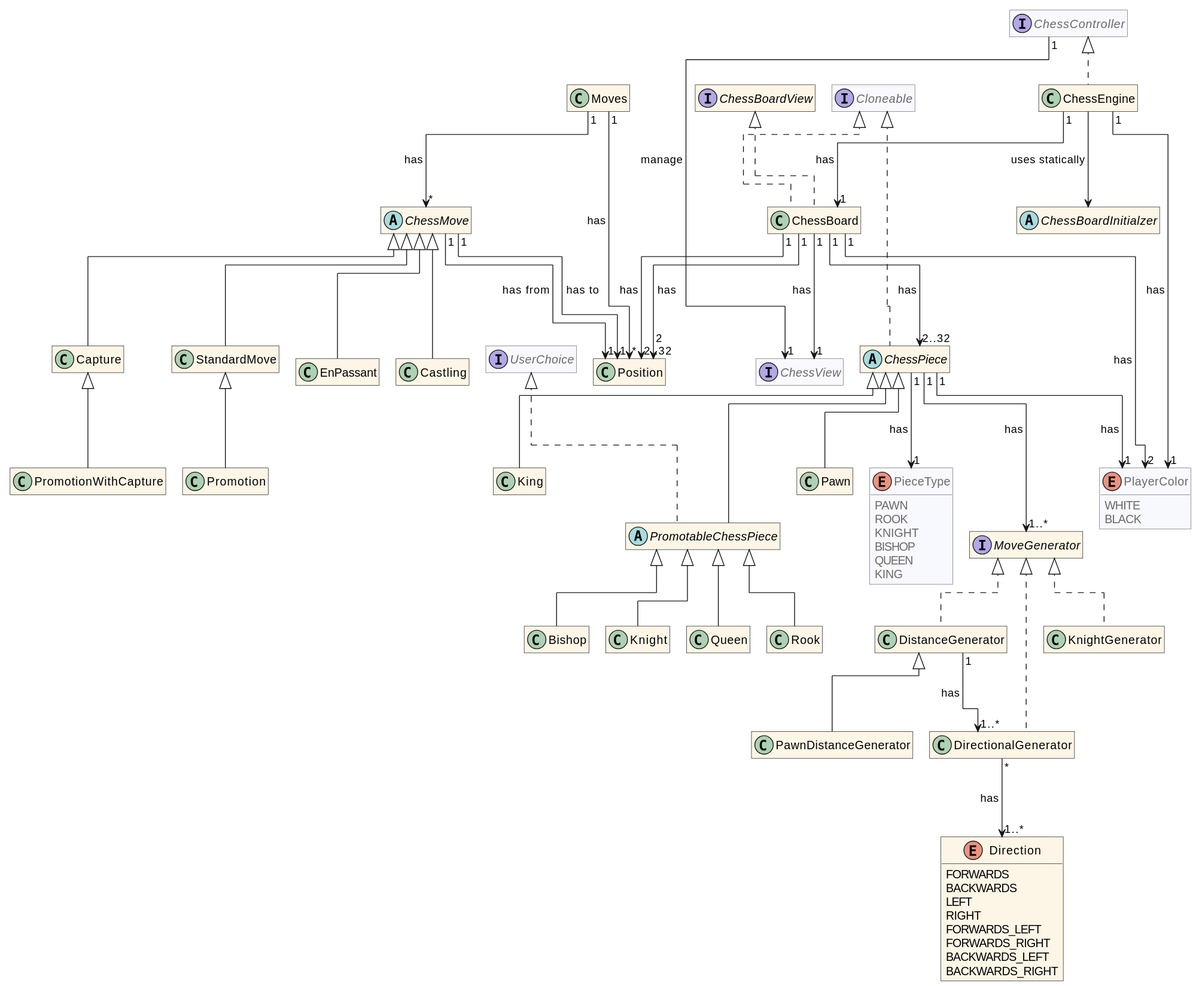
HEIG-VD-BA3-POO/labo08 keeps this PlantUML diagram as docs/uml-simple.svg. Above is the earlier version. Source of this version:
```plantuml
@startuml
!pragma layout elk
hide empty methods
hide empty attributes
skinparam linetype ortho
skinparam roundCorner 0
skinparam classAttributeIconSize 0
skinparam ClassBackgroundColor #OldLace
skinparam NoteBackgroundColor #OldLace
skinparam Shadowing false
top to bottom direction

<style>
    classDiagram {
        .provided {
            BackgroundColor GhostWhite
            LineColor DimGrey
            FontColor DimGrey
        }
    }
</style>

hide <<provided>> stereotype

interface ChessController<<provided>> {}

interface UserChoice<<provided>> {}


interface ChessView<<provided>> {}




class ChessEngine implements ChessController {}

interface ChessBoardView {}

interface Cloneable<<provided>> {}

class ChessBoard implements ChessBoardView, Cloneable {}

abstract class ChessBoardInitialzer {}

class Position {}

enum PlayerColor<<provided>> {
    WHITE
    BLACK
}

enum PieceType<<provided>> {
    PAWN
    ROOK
    KNIGHT
    BISHOP
    QUEEN
    KING
}

abstract class ChessPiece implements Cloneable {}
abstract class PromotableChessPiece extends ChessPiece implements UserChoice {}
class Pawn extends ChessPiece {}
class Rook extends PromotableChessPiece {}
class Knight extends PromotableChessPiece {}
class Bishop extends PromotableChessPiece {}
class Queen extends PromotableChessPiece {}
class King extends ChessPiece {}


interface MoveGenerator {}
class DirectionalGenerator implements MoveGenerator {}
class KnightGenerator implements MoveGenerator {}
class DistanceGenerator implements MoveGenerator {}
class PawnDistanceGenerator extends DistanceGenerator {}

enum Direction {
    FORWARDS
    BACKWARDS
    LEFT
    RIGHT
    FORWARDS_LEFT
    FORWARDS_RIGHT
    BACKWARDS_LEFT
    BACKWARDS_RIGHT
}


class Moves {}

abstract class ChessMove {}

class StandardMove extends ChessMove {}
class Capture extends ChessMove {}
class EnPassant extends ChessMove {}
class Castling extends ChessMove {}
class Promotion extends StandardMove {}
class PromotionWithCapture extends Capture {}

ChessController "1" --> "1" ChessView : manage >

ChessEngine "1" --> "1" ChessBoard : has >
ChessEngine "1" --> "1" PlayerColor : has >
ChessEngine --> ChessBoardInitialzer : uses statically >
ChessBoard "1" --> "1" ChessView : has >
ChessBoard "1" --> "2..32" ChessPiece : has >
ChessBoard "1" --> "2..32" Position : has >
ChessBoard "1" --> "2" PlayerColor : has >
ChessBoard "1" --> "2" Position : has >
ChessPiece "1" --> "1" PieceType : has >
ChessPiece "1" --> "1" PlayerColor : has >
ChessPiece "1" --> "1..*" MoveGenerator : has >

DirectionalGenerator "*" --> "1..*" Direction : has >
DistanceGenerator "1" --> "1..*" DirectionalGenerator : has >

ChessMove "1" --> "1" Position : has from >
ChessMove "1" --> "1" Position : has to >
Moves "1" --> "*" Position : has >
Moves "1" --> "*" ChessMove : has >
@enduml
```
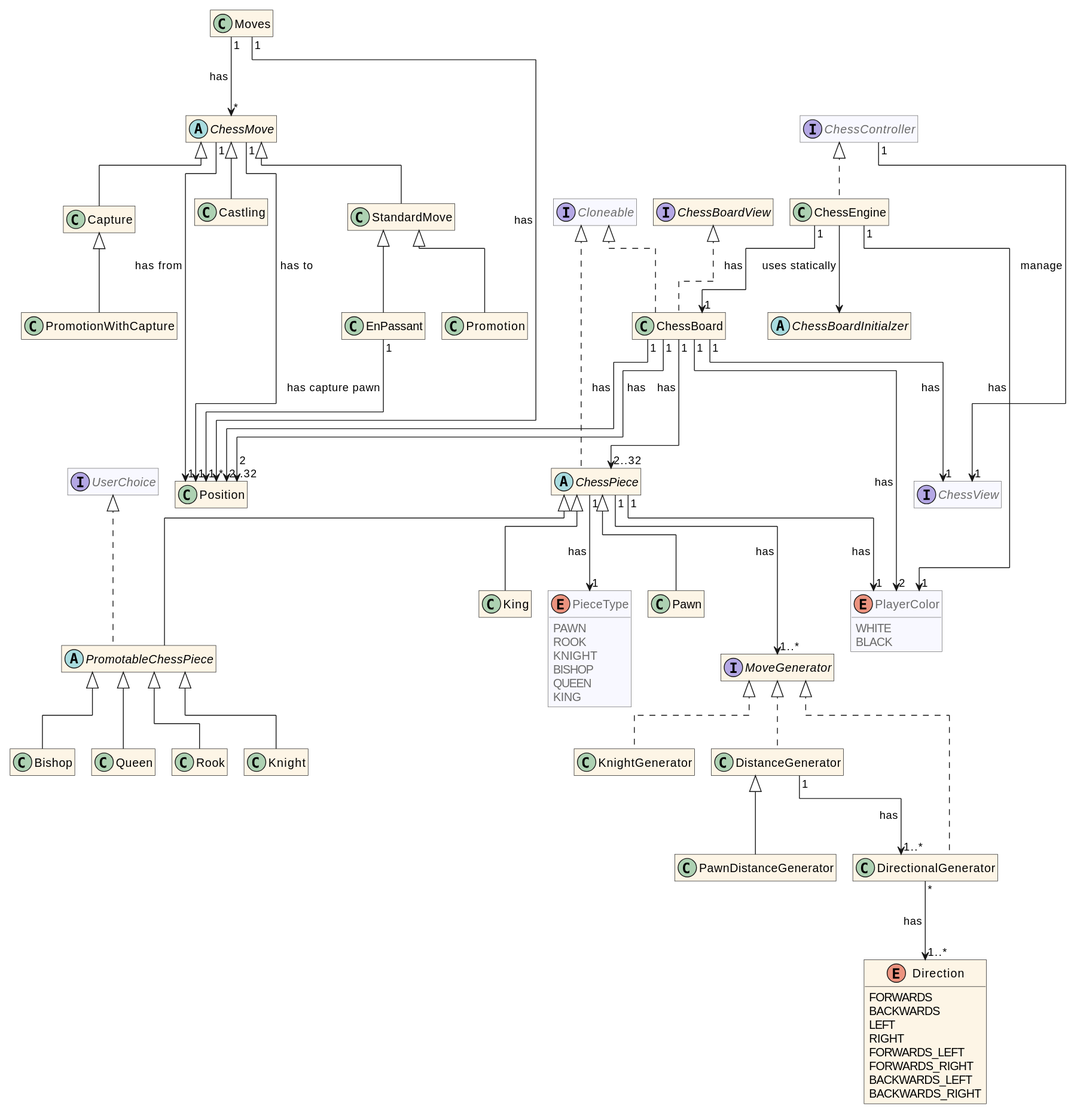
Above is the later version.

Change to the diagram source:
```diff
@@ -92,7 +92,7 @@
 
 class StandardMove extends ChessMove {}
 class Capture extends ChessMove {}
-class EnPassant extends ChessMove {}
+class EnPassant extends StandardMove {}
 class Castling extends ChessMove {}
 class Promotion extends StandardMove {}
 class PromotionWithCapture extends Capture {}
@@ -118,4 +118,5 @@
 ChessMove "1" --> "1" Position : has to >
 Moves "1" --> "*" Position : has >
 Moves "1" --> "*" ChessMove : has >
+EnPassant "1" --> "1" Position : has capture pawn >
 @enduml
```
